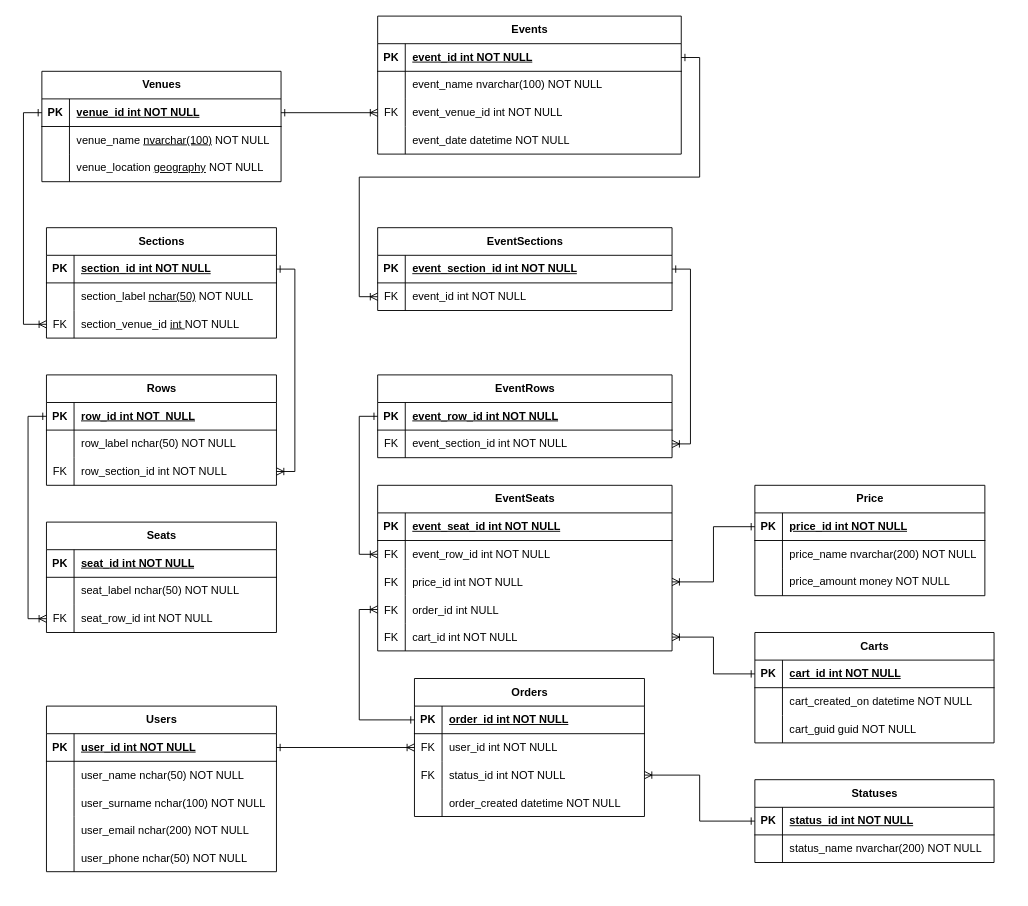
The draw.io diagram docs/ticketing-manifest.drawio in YuryKabernik/dotnet-ticketing-mentoring, before the edit. Source tidied: cells renumbered, new cells numbered last; positions are measured from the earlier drawing's top-left corner, leaving out a move shared by most shapes. Both pictures are drawn from the tidied source at 92%, with x=0, y=0 at pixel (41, 16).
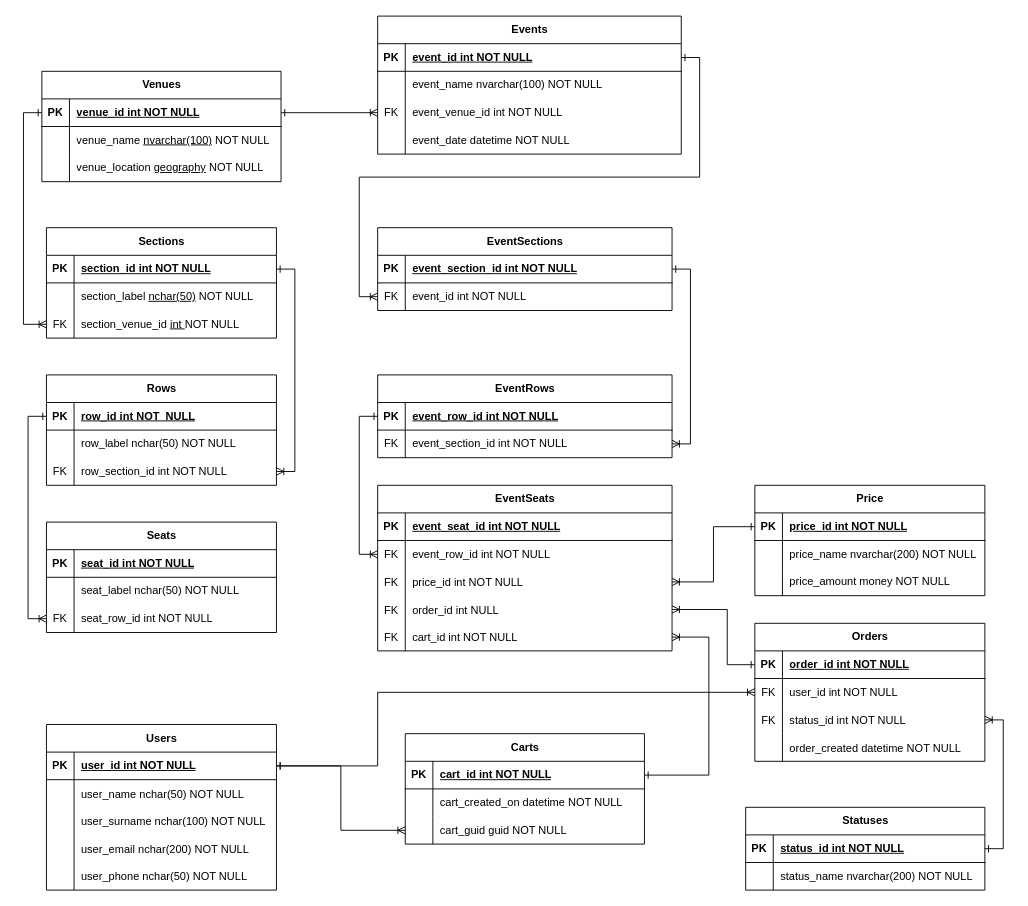
The same page after the edit.

The change refers to these unchanged cells:
```xml
<mxCell id="83" style="shape=tableRow;horizontal=0;startSize=0;swimlaneHead=0;swimlaneBody=0;fillColor=none;points=[[0,0.5],[1,0.5]];portConstraint=eastwest;top=0;left=0;right=0;bottom=0;" parent="73" vertex="1">
  <mxGeometry y="120" width="320" height="30" as="geometry" />
</mxCell>
<mxCell id="86" style="shape=tableRow;horizontal=0;startSize=0;swimlaneHead=0;swimlaneBody=0;fillColor=none;points=[[0,0.5],[1,0.5]];portConstraint=eastwest;top=0;left=0;right=0;bottom=0;" parent="73" vertex="1">
  <mxGeometry y="150" width="320" height="30" as="geometry" />
</mxCell>
<mxCell id="92" style="shape=tableRow;horizontal=0;startSize=0;swimlaneHead=0;swimlaneBody=0;fillColor=none;points=[[0,0.5],[1,0.5]];portConstraint=eastwest;top=0;left=0;right=0;bottom=1;" parent="91" vertex="1">
  <mxGeometry y="30" width="250" height="30" as="geometry" />
</mxCell>
<mxCell id="95" style="shape=tableRow;horizontal=0;startSize=0;swimlaneHead=0;swimlaneBody=0;fillColor=none;points=[[0,0.5],[1,0.5]];portConstraint=eastwest;top=0;left=0;right=0;bottom=0;" parent="91" vertex="1">
  <mxGeometry y="60" width="250" height="30" as="geometry" />
</mxCell>
<mxCell id="98" style="shape=tableRow;horizontal=0;startSize=0;swimlaneHead=0;swimlaneBody=0;fillColor=none;points=[[0,0.5],[1,0.5]];portConstraint=eastwest;top=0;left=0;right=0;bottom=0;" parent="91" vertex="1">
  <mxGeometry y="90" width="250" height="30" as="geometry" />
</mxCell>
<mxCell id="105" style="shape=tableRow;horizontal=0;startSize=0;swimlaneHead=0;swimlaneBody=0;fillColor=none;points=[[0,0.5],[1,0.5]];portConstraint=eastwest;top=0;left=0;right=0;bottom=1;" parent="104" vertex="1">
  <mxGeometry y="30" width="250" height="30" as="geometry" />
</mxCell>
<mxCell id="132" style="shape=tableRow;horizontal=0;startSize=0;swimlaneHead=0;swimlaneBody=0;fillColor=none;points=[[0,0.5],[1,0.5]];portConstraint=eastwest;top=0;left=0;right=0;bottom=1;" parent="131" vertex="1">
  <mxGeometry y="30" width="260" height="30" as="geometry" />
</mxCell>
<mxCell id="139" style="shape=tableRow;horizontal=0;startSize=0;swimlaneHead=0;swimlaneBody=0;fillColor=none;points=[[0,0.5],[1,0.5]];portConstraint=eastwest;top=0;left=0;right=0;bottom=1;" parent="138" vertex="1">
  <mxGeometry y="30" width="260" height="30" as="geometry" />
</mxCell>
<mxCell id="145" style="shape=tableRow;horizontal=0;startSize=0;swimlaneHead=0;swimlaneBody=0;fillColor=none;points=[[0,0.5],[1,0.5]];portConstraint=eastwest;top=0;left=0;right=0;bottom=0;" parent="138" vertex="1">
  <mxGeometry y="90" width="260" height="30" as="geometry" />
</mxCell>
```

The edit, as a diff of the source:
```diff
@@
     <mxCell id="91" value="Orders" style="shape=table;startSize=30;childLayout=tableLayout;rowLines=0;fontStyle=1;align=center;html=1;" parent="1" vertex="1">
-      <mxGeometry x="405" y="720" width="250" height="150" as="geometry" />
+      <mxGeometry x="775" y="660" width="250" height="150" as="geometry" />
     </mxCell>
@@
     <mxCell id="104" value="Users" style="shape=table;startSize=30;childLayout=tableLayout;rowLines=0;fontStyle=1;align=center;html=1;" parent="1" vertex="1">
-      <mxGeometry x="5" y="750" width="250" height="180" as="geometry" />
+      <mxGeometry x="5" y="770" width="250" height="180" as="geometry" />
     </mxCell>
@@
-    <mxCell id="120" style="edgeStyle=orthogonalEdgeStyle;rounded=0;jettySize=auto;html=1;exitX=0;exitY=0.5;exitDx=0;exitDy=0;entryX=1;entryY=0.5;entryDx=0;entryDy=0;endArrow=ERone;endFill=0;startArrow=ERoneToMany;startFill=0;" parent="1" edge="1" source="95" target="105">
-      <mxGeometry relative="1" as="geometry" />
+    <mxCell id="120" style="edgeStyle=orthogonalEdgeStyle;rounded=0;jettySize=auto;html=1;exitX=0;exitY=0.5;exitDx=0;exitDy=0;endArrow=ERone;endFill=0;startArrow=ERoneToMany;startFill=0;entryX=1;entryY=0.5;entryDx=0;entryDy=0;" parent="1" edge="1" source="95" target="105">
+      <mxGeometry relative="1" as="geometry">
+        <Array as="points">
+          <mxPoint x="365" y="735" />
+          <mxPoint x="365" y="815" />
+        </Array>
+      </mxGeometry>
     </mxCell>
@@
     <mxCell id="131" value="Statuses" style="shape=table;startSize=30;childLayout=tableLayout;rowLines=0;fontStyle=1;align=center;html=1;" parent="1" vertex="1">
-      <mxGeometry x="775" y="830" width="260" height="90" as="geometry" />
+      <mxGeometry x="765" y="860" width="260" height="90" as="geometry" />
     </mxCell>
@@
     <mxCell id="138" value="Carts" style="shape=table;startSize=30;childLayout=tableLayout;rowLines=0;fontStyle=1;align=center;html=1;" parent="1" vertex="1">
-      <mxGeometry x="775" y="670" width="260" height="120" as="geometry" />
+      <mxGeometry x="395" y="780" width="260" height="120" as="geometry" />
     </mxCell>
@@
-    <mxCell id="149" style="edgeStyle=orthogonalEdgeStyle;rounded=0;jettySize=auto;html=1;exitX=0;exitY=0.5;exitDx=0;exitDy=0;entryX=0;entryY=0.5;entryDx=0;entryDy=0;endArrow=ERoneToMany;endFill=0;startArrow=ERone;startFill=0;" parent="1" edge="1" source="92" target="83">
-      <mxGeometry relative="1" as="geometry" />
+    <mxCell id="149" style="edgeStyle=orthogonalEdgeStyle;rounded=0;jettySize=auto;html=1;exitX=0;exitY=0.5;exitDx=0;exitDy=0;endArrow=ERoneToMany;endFill=0;startArrow=ERone;startFill=0;" parent="1" edge="1" source="92" target="83">
+      <mxGeometry relative="1" as="geometry">
+        <Array as="points">
+          <mxPoint x="745" y="705" />
+          <mxPoint x="745" y="645" />
+        </Array>
+      </mxGeometry>
     </mxCell>
-    <mxCell id="150" style="edgeStyle=orthogonalEdgeStyle;rounded=0;jettySize=auto;html=1;exitX=0;exitY=0.5;exitDx=0;exitDy=0;entryX=1;entryY=0.5;entryDx=0;entryDy=0;endArrow=ERoneToMany;endFill=0;startArrow=ERone;startFill=0;" parent="1" edge="1" source="139" target="86">
-      <mxGeometry relative="1" as="geometry" />
+    <mxCell id="150" style="edgeStyle=orthogonalEdgeStyle;rounded=0;jettySize=auto;html=1;exitX=1;exitY=0.5;exitDx=0;exitDy=0;entryX=1;entryY=0.5;entryDx=0;entryDy=0;endArrow=ERoneToMany;endFill=0;startArrow=ERone;startFill=0;" parent="1" edge="1" source="139" target="86">
+      <mxGeometry relative="1" as="geometry">
+        <Array as="points">
+          <mxPoint x="725" y="825" />
+          <mxPoint x="725" y="675" />
+        </Array>
+      </mxGeometry>
     </mxCell>
@@
-    <mxCell id="152" style="edgeStyle=orthogonalEdgeStyle;rounded=0;jettySize=auto;html=1;exitX=0;exitY=0.5;exitDx=0;exitDy=0;entryX=1;entryY=0.5;entryDx=0;entryDy=0;endArrow=ERoneToMany;endFill=0;startArrow=ERone;startFill=0;" parent="1" edge="1" source="132" target="98">
+    <mxCell id="152" style="edgeStyle=orthogonalEdgeStyle;rounded=0;jettySize=auto;html=1;exitX=1;exitY=0.5;exitDx=0;exitDy=0;entryX=1;entryY=0.5;entryDx=0;entryDy=0;endArrow=ERoneToMany;endFill=0;startArrow=ERone;startFill=0;" parent="1" edge="1" source="132" target="98">
       <mxGeometry relative="1" as="geometry" />
     </mxCell>
+    <mxCell id="153" style="edgeStyle=orthogonalEdgeStyle;rounded=0;jettySize=auto;html=1;exitX=0;exitY=0.5;exitDx=0;exitDy=0;startArrow=ERoneToMany;startFill=0;endArrow=ERone;endFill=0;entryX=1;entryY=0.5;entryDx=0;entryDy=0;" parent="1" edge="1" source="145" target="105">
+      <mxGeometry relative="1" as="geometry">
+        <Array as="points">
+          <mxPoint x="325" y="885" />
+          <mxPoint x="325" y="815" />
+        </Array>
+      </mxGeometry>
+    </mxCell>
```
